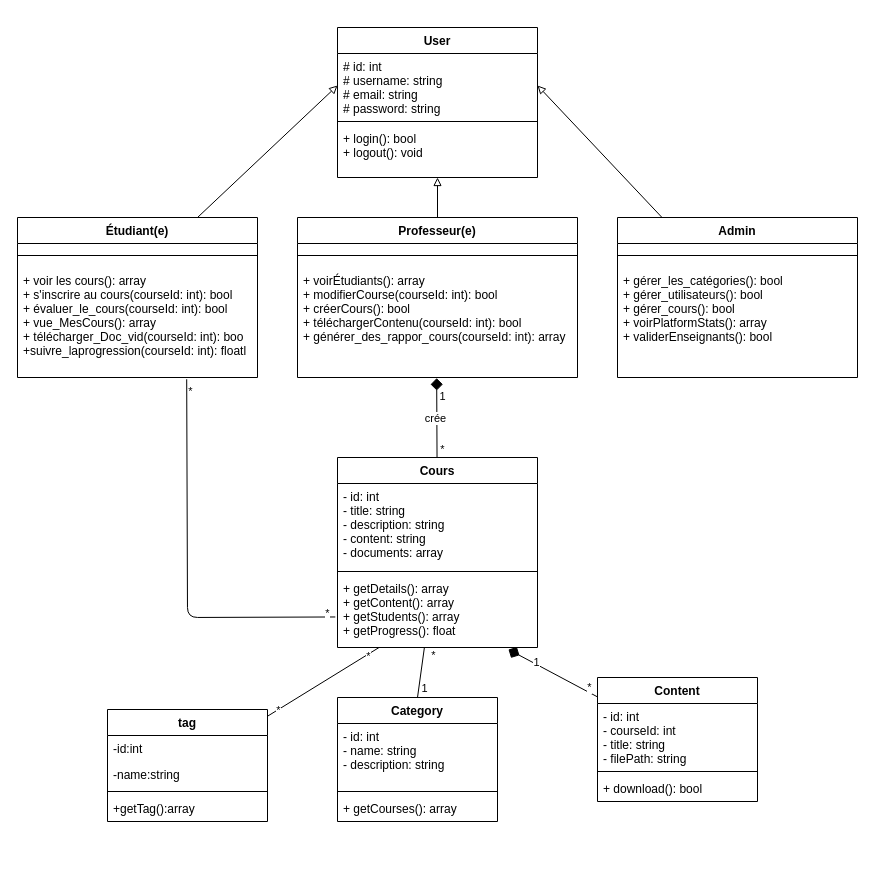
Ibrahim-Lmlilas/Youdemy keeps this draw.io diagram as Zdiagrams/class_diagram.dio. Above is the earlier version. Source tidied: cells renumbered, new cells numbered last; positions are measured from the earlier drawing's top-left corner, leaving out a move shared by most shapes. Both pictures are drawn from the tidied source at 100%, with x=0, y=0 at pixel (17, 27).
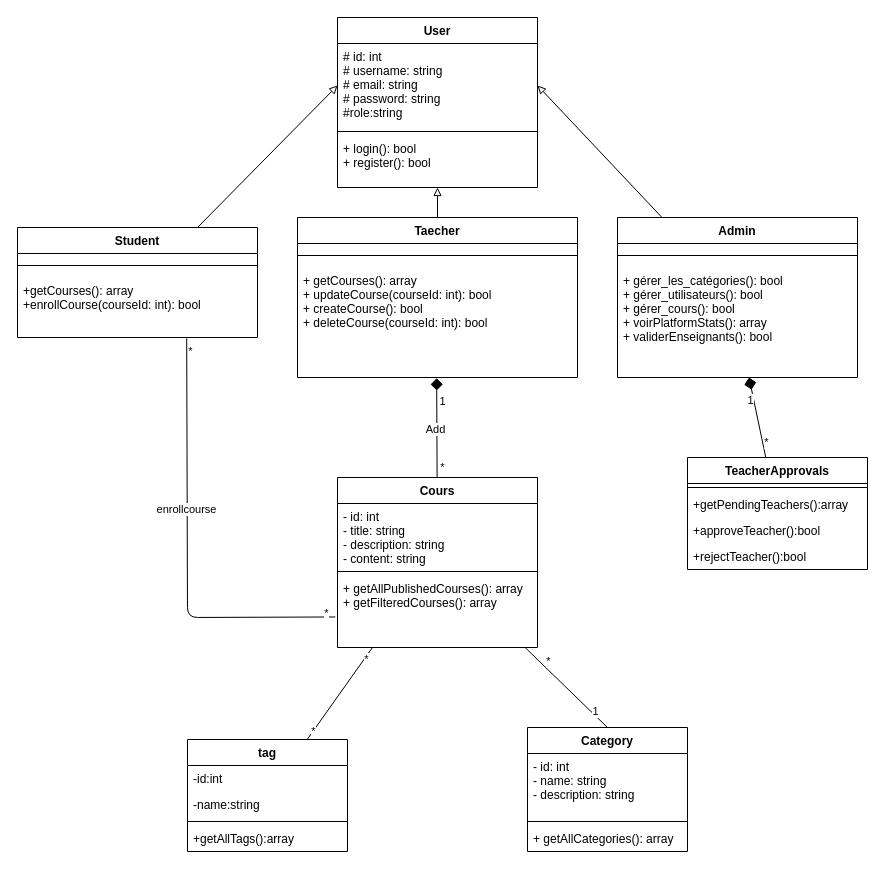
The same page after the edit.

The change refers to these unchanged cells:
```xml
<mxCell id="16" value="+ gérer_les_catégories(): bool&#10;+ gérer_utilisateurs(): bool&#10;+ gérer_cours(): bool&#10;+ voirPlatformStats(): array&#10;+ validerEnseignants(): bool" style="text;strokeColor=none;fillColor=none;align=left;verticalAlign=top;spacingLeft=4;spacingRight=4;overflow=hidden;points=[[0,0.5],[1,0.5]];portConstraint=eastwest;" parent="14" vertex="1">
  <mxGeometry y="50" width="240" height="110" as="geometry" />
</mxCell>
<mxCell id="18" style="edgeStyle=none;html=1;endArrow=diamond;endFill=1;entryX=0.497;entryY=1.006;entryDx=0;entryDy=0;entryPerimeter=0;startSize=6;endSize=10;" parent="1" edge="1" source="22" target="12">
  <mxGeometry relative="1" as="geometry" />
</mxCell>
<mxCell id="40" style="html=1;endArrow=none;endFill=0;exitX=-0.011;exitY=0.576;exitDx=0;exitDy=0;exitPerimeter=0;entryX=0.705;entryY=1.016;entryDx=0;entryDy=0;entryPerimeter=0;" parent="1" edge="1" source="25" target="8">
  <mxGeometry relative="1" as="geometry">
    <Array as="points">
      <mxPoint x="170" y="590" />
    </Array>
  </mxGeometry>
</mxCell>
```

The edit, as a diff of the source:
```diff
@@
     <mxCell id="2" value="User" style="swimlane;fontStyle=1;align=center;verticalAlign=top;horizontal=1;startSize=26;" parent="1" vertex="1">
-      <mxGeometry x="320" width="200" height="150" as="geometry" />
+      <mxGeometry x="320" y="-10" width="200" height="170" as="geometry" />
     </mxCell>
-    <mxCell id="3" value="# id: int  &#10;# username: string &#10;# email: string&#10;# password: string  &#10;&#10;" style="text;strokeColor=none;fillColor=none;align=left;verticalAlign=top;spacingLeft=4;spacingRight=4;overflow=hidden;points=[[0,0.5],[1,0.5]];portConstraint=eastwest;" parent="2" vertex="1">
-      <mxGeometry y="26" width="200" height="64" as="geometry" />
+    <mxCell id="3" value="# id: int  &#10;# username: string &#10;# email: string&#10;# password: string  &#10;#role:string&#10;" style="text;strokeColor=none;fillColor=none;align=left;verticalAlign=top;spacingLeft=4;spacingRight=4;overflow=hidden;points=[[0,0.5],[1,0.5]];portConstraint=eastwest;" parent="2" vertex="1">
+      <mxGeometry y="26" width="200" height="84" as="geometry" />
     </mxCell>
     <mxCell id="4" style="line;strokeWidth=1;fillColor=none;align=left;verticalAlign=middle;spacingTop=-1;spacingLeft=3;spacingRight=3;labelPosition=right;strokeColor=inherit;" parent="2" vertex="1">
-      <mxGeometry y="90" width="200" height="8" as="geometry" />
+      <mxGeometry y="110" width="200" height="8" as="geometry" />
     </mxCell>
-    <mxCell id="5" value="+ login(): bool &#10;+ logout(): void" style="text;strokeColor=none;fillColor=none;align=left;verticalAlign=top;spacingLeft=4;spacingRight=4;overflow=hidden;points=[[0,0.5],[1,0.5]];portConstraint=eastwest;" parent="2" vertex="1">
-      <mxGeometry y="98" width="200" height="52" as="geometry" />
+    <mxCell id="5" value="+ login(): bool &#10;+ register(): bool" style="text;strokeColor=none;fillColor=none;align=left;verticalAlign=top;spacingLeft=4;spacingRight=4;overflow=hidden;points=[[0,0.5],[1,0.5]];portConstraint=eastwest;" parent="2" vertex="1">
+      <mxGeometry y="118" width="200" height="52" as="geometry" />
     </mxCell>
-    <mxCell id="6" value="Étudiant(e)" style="swimlane;fontStyle=1;align=center;verticalAlign=top;horizontal=1;startSize=26;" parent="1" vertex="1">
-      <mxGeometry y="190" width="240" height="160" as="geometry" />
+    <mxCell id="6" value="Student" style="swimlane;fontStyle=1;align=center;verticalAlign=top;horizontal=1;startSize=26;" parent="1" vertex="1">
+      <mxGeometry y="200" width="240" height="110" as="geometry" />
     </mxCell>
@@
-    <mxCell id="8" value="+ voir les cours(): array&#10;+ s'inscrire au cours(courseId: int): bool &#10;+ évaluer_le_cours(courseId: int): bool&#10;+ vue_MesCours(): array&#10;+ télécharger_Doc_vid(courseId: int): boo&#10;+suivre_laprogression(courseId: int): floatl" style="text;strokeColor=none;fillColor=none;align=left;verticalAlign=top;spacingLeft=4;spacingRight=4;overflow=hidden;points=[[0,0.5],[1,0.5]];portConstraint=eastwest;" parent="6" vertex="1">
-      <mxGeometry y="50" width="240" height="110" as="geometry" />
+    <mxCell id="8" value="+getCourses(): array&#10;+enrollCourse(courseId: int): bool &#10;" style="text;strokeColor=none;fillColor=none;align=left;verticalAlign=top;spacingLeft=4;spacingRight=4;overflow=hidden;points=[[0,0.5],[1,0.5]];portConstraint=eastwest;" parent="6" vertex="1">
+      <mxGeometry y="50" width="240" height="60" as="geometry" />
     </mxCell>
@@
-    <mxCell id="10" value="Professeur(e)" style="swimlane;fontStyle=1;align=center;verticalAlign=top;horizontal=1;startSize=26;" parent="1" vertex="1">
+    <mxCell id="10" value="Taecher" style="swimlane;fontStyle=1;align=center;verticalAlign=top;horizontal=1;startSize=26;" parent="1" vertex="1">
       <mxGeometry x="280" y="190" width="280" height="160" as="geometry" />
     </mxCell>
@@
-    <mxCell id="12" value="+ voirÉtudiants(): array  &#10;+ modifierCourse(courseId: int): bool &#10;+ créerCours(): bool &#10;+ téléchargerContenu(courseId: int): bool &#10;+ générer_des_rappor_cours(courseId: int): array" style="text;strokeColor=none;fillColor=none;align=left;verticalAlign=top;spacingLeft=4;spacingRight=4;overflow=hidden;points=[[0,0.5],[1,0.5]];portConstraint=eastwest;" parent="10" vertex="1">
+    <mxCell id="12" value="+ getCourses(): array&#10;+ updateCourse(courseId: int): bool&#10;+ createCourse(): bool&#10;+ deleteCourse(courseId: int): bool&#10;" style="text;strokeColor=none;fillColor=none;align=left;verticalAlign=top;spacingLeft=4;spacingRight=4;overflow=hidden;points=[[0,0.5],[1,0.5]];portConstraint=eastwest;" parent="10" vertex="1">
       <mxGeometry y="50" width="280" height="110" as="geometry" />
     </mxCell>
@@
-    <mxCell id="21" value="crée" style="edgeLabel;html=1;align=center;verticalAlign=middle;" parent="18" vertex="1">
+    <mxCell id="21" value="Add" style="edgeLabel;html=1;align=center;verticalAlign=middle;" parent="18" vertex="1">
       <mxGeometry x="-0.1" y="2" relative="1" as="geometry">
         <mxPoint y="-4" as="offset" />
       </mxGeometry>
     </mxCell>
     <mxCell id="22" value="Cours" style="swimlane;fontStyle=1;align=center;verticalAlign=top;horizontal=1;startSize=26;" parent="1" vertex="1">
-      <mxGeometry x="320" y="430" width="200" height="190" as="geometry" />
+      <mxGeometry x="320" y="450" width="200" height="170" as="geometry" />
     </mxCell>
-    <mxCell id="23" value="- id: int&#10;- title: string&#10;- description: string&#10;- content: string&#10;- documents: array" style="text;strokeColor=none;fillColor=none;align=left;verticalAlign=top;spacingLeft=4;spacingRight=4;overflow=hidden;" parent="22" vertex="1">
-      <mxGeometry y="26" width="200" height="84" as="geometry" />
+    <mxCell id="23" value="- id: int&#10;- title: string&#10;- description: string&#10;- content: string" style="text;strokeColor=none;fillColor=none;align=left;verticalAlign=top;spacingLeft=4;spacingRight=4;overflow=hidden;" parent="22" vertex="1">
+      <mxGeometry y="26" width="200" height="64" as="geometry" />
     </mxCell>
     <mxCell id="24" style="line;strokeWidth=1;fillColor=none;align=left;verticalAlign=middle;spacingTop=-1;spacingLeft=3;spacingRight=3;labelPosition=right;strokeColor=inherit;" parent="22" vertex="1">
-      <mxGeometry y="110" width="200" height="8" as="geometry" />
+      <mxGeometry y="90" width="200" height="8" as="geometry" />
     </mxCell>
-    <mxCell id="25" value="+ getDetails(): array&#10;+ getContent(): array&#10;+ getStudents(): array&#10;+ getProgress(): float" style="text;strokeColor=none;fillColor=none;align=left;verticalAlign=top;spacingLeft=4;spacingRight=4;overflow=hidden;points=[[0,0.5],[1,0.5]];portConstraint=eastwest;" parent="22" vertex="1">
-      <mxGeometry y="118" width="200" height="72" as="geometry" />
+    <mxCell id="25" value="+ getAllPublishedCourses(): array&#10;+ getFilteredCourses(): array&#10;" style="text;strokeColor=none;fillColor=none;align=left;verticalAlign=top;spacingLeft=4;spacingRight=4;overflow=hidden;points=[[0,0.5],[1,0.5]];portConstraint=eastwest;" parent="22" vertex="1">
+      <mxGeometry y="98" width="200" height="72" as="geometry" />
     </mxCell>
-    <mxCell id="26" style="edgeStyle=none;html=1;endArrow=diamond;endFill=1;endSize=10;" parent="1" edge="1" source="29">
-      <mxGeometry relative="1" as="geometry">
-        <mxPoint x="491" y="622" as="targetPoint" />
-      </mxGeometry>
-    </mxCell>
-    <mxCell id="27" value="1" style="edgeLabel;html=1;align=center;verticalAlign=middle;" parent="26" vertex="1">
-      <mxGeometry x="0.48" relative="1" as="geometry">
-        <mxPoint x="5" as="offset" />
-      </mxGeometry>
-    </mxCell>
-    <mxCell id="28" value="*" style="edgeLabel;html=1;align=center;verticalAlign=middle;" parent="26" vertex="1">
-      <mxGeometry x="-0.6" relative="1" as="geometry">
-        <mxPoint x="9" as="offset" />
-      </mxGeometry>
-    </mxCell>
-    <mxCell id="29" value="Content" style="swimlane;fontStyle=1;align=center;verticalAlign=top;horizontal=1;startSize=26;" parent="1" vertex="1">
-      <mxGeometry x="580" y="650" width="160" height="124" as="geometry" />
-    </mxCell>
-    <mxCell id="30" value="- id: int&#10;- courseId: int&#10;- title: string&#10;- filePath: string" style="text;strokeColor=none;fillColor=none;align=left;verticalAlign=top;spacingLeft=4;spacingRight=4;overflow=hidden;" parent="29" vertex="1">
-      <mxGeometry y="26" width="160" height="64" as="geometry" />
-    </mxCell>
-    <mxCell id="31" style="line;strokeWidth=1;fillColor=none;align=left;verticalAlign=middle;spacingTop=-1;spacingLeft=3;spacingRight=3;labelPosition=right;strokeColor=inherit;" parent="29" vertex="1">
-      <mxGeometry y="90" width="160" height="8" as="geometry" />
-    </mxCell>
-    <mxCell id="32" value="+ download(): bool" style="text;strokeColor=none;fillColor=none;align=left;verticalAlign=top;spacingLeft=4;spacingRight=4;overflow=hidden;" parent="29" vertex="1">
-      <mxGeometry y="98" width="160" height="26" as="geometry" />
-    </mxCell>
@@
     <mxCell id="36" value="Category " style="swimlane;fontStyle=1;align=center;verticalAlign=top;horizontal=1;startSize=26;" parent="1" vertex="1">
-      <mxGeometry x="320" y="670" width="160" height="124" as="geometry" />
+      <mxGeometry x="510" y="700" width="160" height="124" as="geometry" />
     </mxCell>
@@
-    <mxCell id="39" value="+ getCourses(): array" style="text;strokeColor=none;fillColor=none;align=left;verticalAlign=top;spacingLeft=4;spacingRight=4;overflow=hidden;" parent="36" vertex="1">
+    <mxCell id="39" value="+ getAllCategories(): array" style="text;strokeColor=none;fillColor=none;align=left;verticalAlign=top;spacingLeft=4;spacingRight=4;overflow=hidden;" parent="36" vertex="1">
       <mxGeometry y="98" width="160" height="26" as="geometry" />
     </mxCell>
@@
+    <mxCell id="51" value="enrollcourse" style="edgeLabel;html=1;align=center;verticalAlign=middle;" parent="40" vertex="1">
+      <mxGeometry x="0.2" y="1" relative="1" as="geometry" />
+    </mxCell>
-    <mxCell id="43" style="edgeStyle=none;html=1;endArrow=none;endFill=0;" parent="1" edge="1" source="46" target="25">
+    <mxCell id="43" style="edgeStyle=none;html=1;endArrow=none;endFill=0;entryX=0.174;entryY=1.003;entryDx=0;entryDy=0;entryPerimeter=0;" parent="1" edge="1" source="46" target="25">
       <mxGeometry relative="1" as="geometry" />
     </mxCell>
@@
     <mxCell id="46" value="tag&#10;" style="swimlane;fontStyle=1;align=center;verticalAlign=top;horizontal=1;startSize=26;" parent="1" vertex="1">
-      <mxGeometry x="90" y="682" width="160" height="112" as="geometry" />
+      <mxGeometry x="170" y="712" width="160" height="112" as="geometry" />
     </mxCell>
@@
-    <mxCell id="50" value="+getTag():array" style="text;strokeColor=none;fillColor=none;align=left;verticalAlign=top;spacingLeft=4;spacingRight=4;overflow=hidden;" parent="46" vertex="1">
+    <mxCell id="50" value="+getAllTags():array" style="text;strokeColor=none;fillColor=none;align=left;verticalAlign=top;spacingLeft=4;spacingRight=4;overflow=hidden;" parent="46" vertex="1">
       <mxGeometry y="86" width="160" height="26" as="geometry" />
     </mxCell>
+    <mxCell id="52" style="edgeStyle=none;html=1;endArrow=diamond;endFill=1;endSize=10;" parent="1" edge="1" source="53" target="16">
+      <mxGeometry relative="1" as="geometry" />
+    </mxCell>
+    <mxCell id="27" value="1" style="edgeLabel;html=1;align=center;verticalAlign=middle;" parent="52" vertex="1">
+      <mxGeometry x="0.45" relative="1" as="geometry">
+        <mxPoint x="-4" as="offset" />
+      </mxGeometry>
+    </mxCell>
+    <mxCell id="28" value="*" style="edgeLabel;html=1;align=center;verticalAlign=middle;" parent="52" vertex="1">
+      <mxGeometry x="-0.62" y="1" relative="1" as="geometry">
+        <mxPoint x="4" as="offset" />
+      </mxGeometry>
+    </mxCell>
+    <mxCell id="53" value="TeacherApprovals" style="swimlane;fontStyle=1;align=center;verticalAlign=top;horizontal=1;startSize=26;" parent="1" vertex="1">
+      <mxGeometry x="670" y="430" width="180" height="112" as="geometry" />
+    </mxCell>
+    <mxCell id="54" style="line;strokeWidth=1;fillColor=none;align=left;verticalAlign=middle;spacingTop=-1;spacingLeft=3;spacingRight=3;labelPosition=right;strokeColor=inherit;" parent="53" vertex="1">
+      <mxGeometry y="26" width="180" height="8" as="geometry" />
+    </mxCell>
+    <mxCell id="55" value="+getPendingTeachers():array" style="text;strokeColor=none;fillColor=none;align=left;verticalAlign=top;spacingLeft=4;spacingRight=4;overflow=hidden;" parent="53" vertex="1">
+      <mxGeometry y="34" width="180" height="26" as="geometry" />
+    </mxCell>
+    <mxCell id="56" value="+approveTeacher():bool" style="text;strokeColor=none;fillColor=none;align=left;verticalAlign=top;spacingLeft=4;spacingRight=4;overflow=hidden;" parent="53" vertex="1">
+      <mxGeometry y="60" width="180" height="26" as="geometry" />
+    </mxCell>
+    <mxCell id="57" value="+rejectTeacher():bool" style="text;strokeColor=none;fillColor=none;align=left;verticalAlign=top;spacingLeft=4;spacingRight=4;overflow=hidden;" parent="53" vertex="1">
+      <mxGeometry y="86" width="180" height="26" as="geometry" />
+    </mxCell>
```
